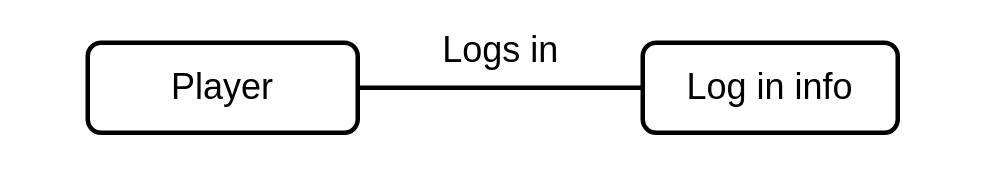
FM-Man/SPL_2 keeps this draw.io diagram as Pictures/dataflow/relation.drawio. Above is the earlier version. Source tidied: cells renumbered, new cells numbered last; positions are measured from the earlier drawing's top-left corner, leaving out a move shared by most shapes. Both pictures are drawn from the tidied source at 150%, with x=0, y=0 at pixel (87, 27).
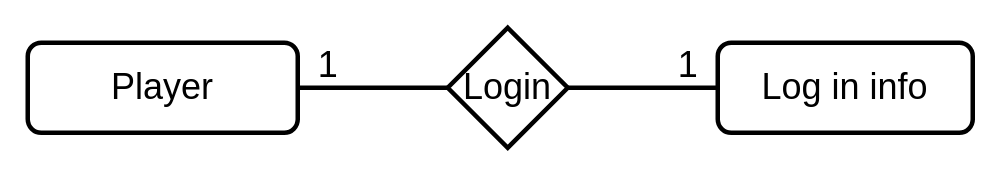
Above is the later version.

Change to the diagram source:
```diff
@@
 <mxGraphModel>
   <root>
     <mxCell id="0" />
     <mxCell id="1" parent="0" />
+    <mxCell id="6" style="edgeStyle=orthogonalEdgeStyle;rounded=0;jettySize=auto;html=1;entryX=0;entryY=0.5;entryDx=0;entryDy=0;fontSize=24;strokeWidth=3;endArrow=none;endFill=0;" parent="1" edge="1" source="2" target="8">
+      <mxGeometry relative="1" as="geometry" />
+    </mxCell>
     <mxCell id="2" value="Player" style="rounded=1;whiteSpace=wrap;html=1;fontSize=24;strokeWidth=3;" parent="1" vertex="1">
-      <mxGeometry y="10" width="180" height="60" as="geometry" />
+      <mxGeometry x="-40" y="10" width="180" height="60" as="geometry" />
     </mxCell>
     <mxCell id="3" value="Log in info" style="rounded=1;whiteSpace=wrap;html=1;fontSize=24;strokeWidth=3;" parent="1" vertex="1">
-      <mxGeometry x="370" y="10" width="170" height="60" as="geometry" />
+      <mxGeometry x="420" y="10" width="170" height="60" as="geometry" />
     </mxCell>
-    <mxCell id="4" style="endArrow=none;html=1;rounded=0;fontSize=24;exitX=1;exitY=0.5;exitDx=0;exitDy=0;entryX=0;entryY=0.5;entryDx=0;entryDy=0;strokeWidth=3;" parent="1" edge="1" source="2" target="3">
-      <mxGeometry relative="1" as="geometry" />
-    </mxCell>
-    <mxCell id="5" value="Logs in" style="text;html=1;align=center;verticalAlign=middle;strokeColor=none;fillColor=none;fontSize=24;" parent="1" vertex="1">
-      <mxGeometry x="230" width="90" height="30" as="geometry" />
-    </mxCell>
+    <mxCell id="7" style="edgeStyle=orthogonalEdgeStyle;rounded=0;jettySize=auto;html=1;exitX=1;exitY=0.5;exitDx=0;exitDy=0;entryX=0;entryY=0.5;entryDx=0;entryDy=0;fontSize=24;endArrow=none;endFill=0;strokeWidth=3;" parent="1" edge="1" source="8" target="3">
+      <mxGeometry relative="1" as="geometry" />
+    </mxCell>
+    <mxCell id="8" value="Login" style="rhombus;whiteSpace=wrap;html=1;fontSize=24;strokeWidth=3;" parent="1" vertex="1">
+      <mxGeometry x="240" width="80" height="80" as="geometry" />
+    </mxCell>
+    <mxCell id="9" value="1" style="text;html=1;align=center;verticalAlign=middle;strokeColor=none;fillColor=none;fontSize=24;" parent="1" vertex="1">
+      <mxGeometry x="145" y="10" width="30" height="30" as="geometry" />
+    </mxCell>
+    <mxCell id="10" value="1" style="text;html=1;align=center;verticalAlign=middle;strokeColor=none;fillColor=none;fontSize=24;" parent="1" vertex="1">
+      <mxGeometry x="385" y="10" width="30" height="30" as="geometry" />
+    </mxCell>
   </root>
 </mxGraphModel>
```
